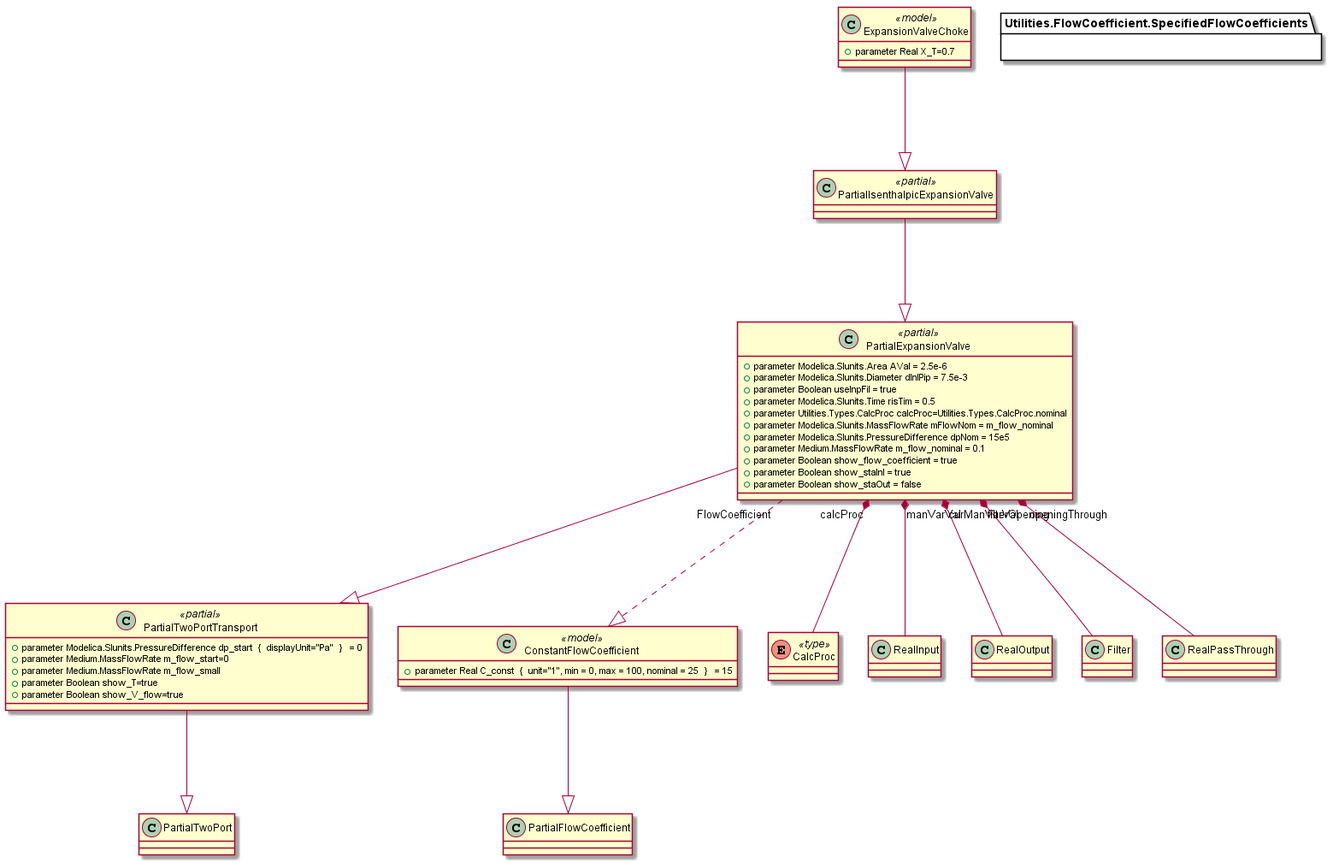
RWTH-EBC/ADoCSM keeps this PlantUML diagram as Automated_Documentation/UML_Diagram/Java_Klassen/Gesamt/Ventil.png. Above is the earlier version. Its diagram source:
```plantuml
@startuml




 Class PartialExpansionValve << partial >>  {
 + parameter Modelica.SIunits.Area AVal = 2.5e-6
 + parameter Modelica.SIunits.Diameter dInlPip = 7.5e-3
 + parameter Boolean useInpFil = true
 + parameter Modelica.SIunits.Time risTim = 0.5
 + parameter Utilities.Types.CalcProc calcProc=Utilities.Types.CalcProc.nominal
 + parameter Modelica.SIunits.MassFlowRate mFlowNom = m_flow_nominal
 + parameter Modelica.SIunits.PressureDifference dpNom = 15e5
 + parameter Medium.MassFlowRate m_flow_nominal = 0.1
 + parameter Boolean show_flow_coefficient = true
 + parameter Boolean show_staInl = true
 + parameter Boolean show_staOut = false
}

CalcProc -down--* "calcProc"PartialExpansionValve

ConstantFlowCoefficient <|..-up "FlowCoefficient"PartialExpansionValve

PartialTwoPortTransport <|---up PartialExpansionValve

RealInput -down--* "manVarVal"PartialExpansionValve

RealOutput -down--* "curManVarVal"PartialExpansionValve

Filter -down--* "filterOpening"PartialExpansionValve

RealPassThrough -down--* "openingThrough"PartialExpansionValve





 Class PartialIsenthalpicExpansionValve << partial >>  {
}

PartialExpansionValve <|---up PartialIsenthalpicExpansionValve





Class ExpansionValveChoke << model >>  {
 + parameter Real X_T=0.7
}

PartialIsenthalpicExpansionValve <|---up ExpansionValveChoke





package Utilities.FlowCoefficient.SpecifiedFlowCoefficients{

Class ConstantFlowCoefficient << model >>  {
 + parameter Real C_const  {  unit="1", min = 0, max = 100, nominal = 25  }   = 15
}
}

PartialFlowCoefficient <|---up ConstantFlowCoefficient





enum     CalcProc << type >> {
}





 Class PartialTwoPortTransport << partial >>  {
 + parameter Modelica.SIunits.PressureDifference dp_start  {  displayUnit="Pa"  }   = 0
 + parameter Medium.MassFlowRate m_flow_start=0
 + parameter Medium.MassFlowRate m_flow_small
 + parameter Boolean show_T=true
 + parameter Boolean show_V_flow=true
}

PartialTwoPort <|---up PartialTwoPortTransport

 @enduml
```
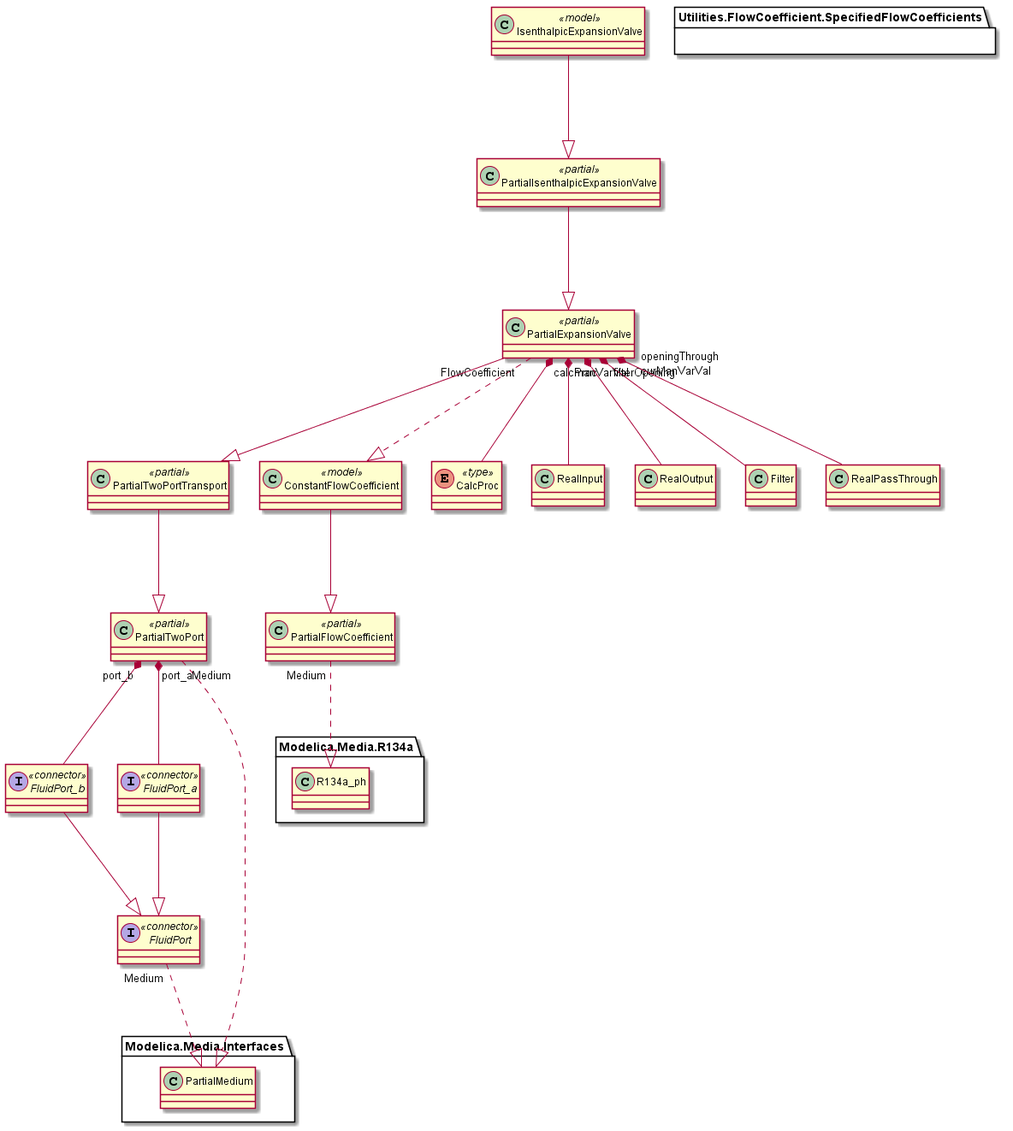
The same diagram one commit later.

Change to the diagram source:
```diff
@@ -3,18 +3,16 @@
 
 
 
+ Class PartialFlowCoefficient << partial >>  {
+}
+
+Modelica.Media.R134a.R134a_ph <|..-up "Medium"PartialFlowCoefficient
+
+
+
+
+
  Class PartialExpansionValve << partial >>  {
- + parameter Modelica.SIunits.Area AVal = 2.5e-6
- + parameter Modelica.SIunits.Diameter dInlPip = 7.5e-3
- + parameter Boolean useInpFil = true
- + parameter Modelica.SIunits.Time risTim = 0.5
- + parameter Utilities.Types.CalcProc calcProc=Utilities.Types.CalcProc.nominal
- + parameter Modelica.SIunits.MassFlowRate mFlowNom = m_flow_nominal
- + parameter Modelica.SIunits.PressureDifference dpNom = 15e5
- + parameter Medium.MassFlowRate m_flow_nominal = 0.1
- + parameter Boolean show_flow_coefficient = true
- + parameter Boolean show_staInl = true
- + parameter Boolean show_staOut = false
 }
 
 CalcProc -down--* "calcProc"PartialExpansionValve
@@ -44,24 +42,10 @@
 
 
 
-Class ExpansionValveChoke << model >>  {
- + parameter Real X_T=0.7
+Class IsenthalpicExpansionValve << model >>  {
 }
 
-PartialIsenthalpicExpansionValve <|---up ExpansionValveChoke
-
-
-
-
-
-package Utilities.FlowCoefficient.SpecifiedFlowCoefficients{
-
-Class ConstantFlowCoefficient << model >>  {
- + parameter Real C_const  {  unit="1", min = 0, max = 100, nominal = 25  }   = 15
-}
-}
-
-PartialFlowCoefficient <|---up ConstantFlowCoefficient
+PartialIsenthalpicExpansionValve <|---up IsenthalpicExpansionValve
 
 
 
@@ -74,14 +58,61 @@
 
 
 
+package Utilities.FlowCoefficient.SpecifiedFlowCoefficients{
+
+Class ConstantFlowCoefficient << model >>  {
+}
+}
+
+PartialFlowCoefficient <|---up ConstantFlowCoefficient
+
+
+
+
+
+ Class PartialTwoPort << partial >>  {
+}
+
+Modelica.Media.Interfaces.PartialMedium <|..-up "Medium"PartialTwoPort
+
+FluidPort_a -down--* "port_a"PartialTwoPort
+
+FluidPort_b -down--* "port_b"PartialTwoPort
+
+
+
+
+
  Class PartialTwoPortTransport << partial >>  {
- + parameter Modelica.SIunits.PressureDifference dp_start  {  displayUnit="Pa"  }   = 0
- + parameter Medium.MassFlowRate m_flow_start=0
- + parameter Medium.MassFlowRate m_flow_small
- + parameter Boolean show_T=true
- + parameter Boolean show_V_flow=true
 }
 
 PartialTwoPort <|---up PartialTwoPortTransport
 
+
+Modelica.Media.Interfaces.PartialMedium <|..-up "Medium"FluidPort
+
+
+
+
+interface FluidPort << connector >>  {
+}
+
+
+
+
+
+interface FluidPort_a << connector >>  {
+}
+
+FluidPort <|---up FluidPort_a
+
+
+
+
+
+interface FluidPort_b << connector >>  {
+}
+
+FluidPort <|---up FluidPort_b
+
  @enduml
```
